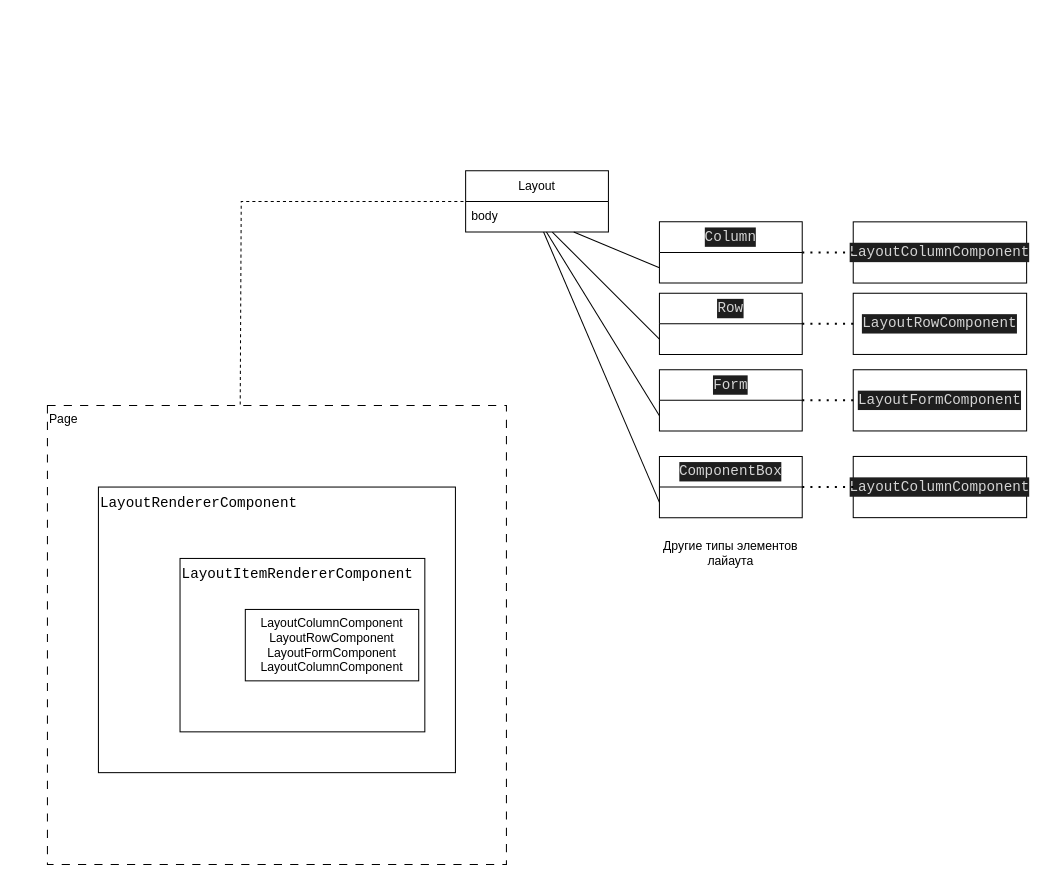
Before: page "Страница 1" (1 of 2) of Диаграмма без названия.drawio in DUNK73/diagrams, a draw.io diagram. Source tidied: cells renumbered, new cells numbered last; positions are measured from the earlier drawing's top-left corner, leaving out a move shared by most shapes. Both pictures are drawn from the tidied source at 102%, with x=0, y=0 at pixel (47, 170).
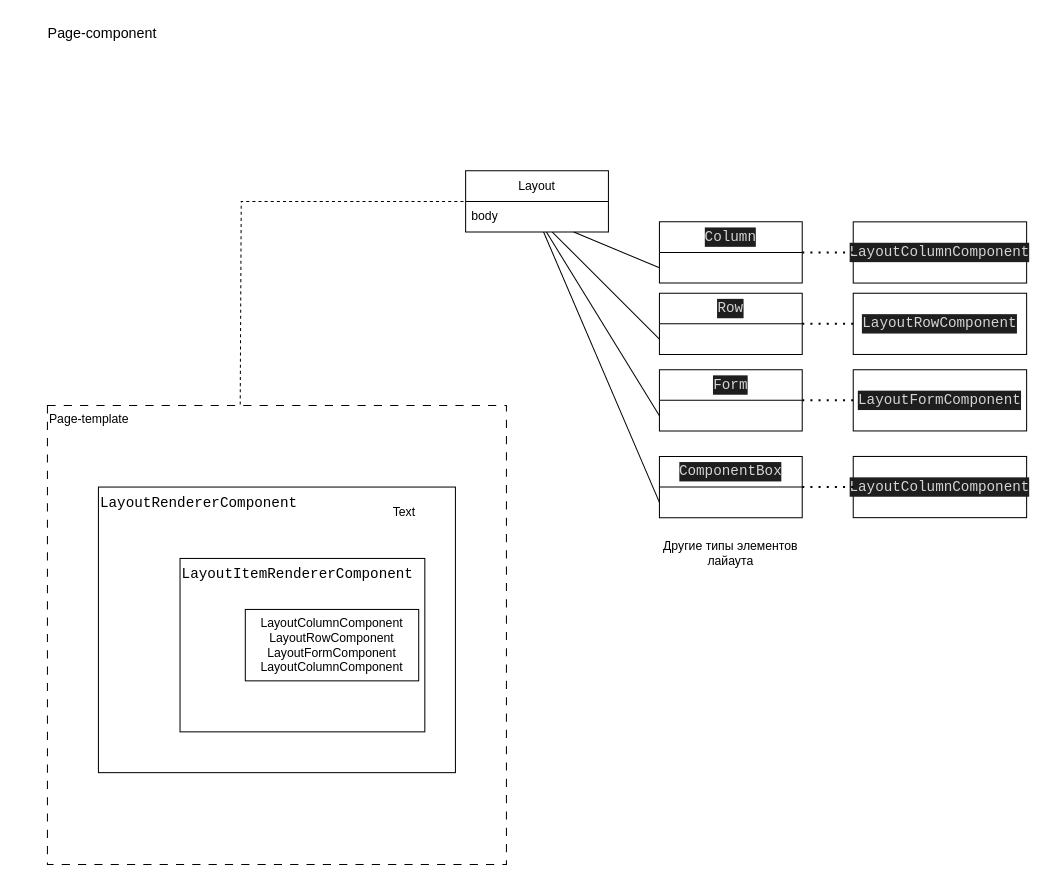
The same page after the edit.

Change to the diagram source:
```diff
@@
-    <mxCell id="2" value="Page" style="whiteSpace=wrap;html=1;dashed=1;dashPattern=8 8;align=left;verticalAlign=top;" parent="1" vertex="1">
+    <mxCell id="2" value="Page-template" style="whiteSpace=wrap;html=1;dashed=1;dashPattern=8 8;align=left;verticalAlign=top;" parent="1" vertex="1">
       <mxGeometry y="230" width="450" height="450" as="geometry" />
     </mxCell>
@@
+    <mxCell id="26" value="Text" style="text;html=1;strokeColor=none;fillColor=none;align=center;verticalAlign=middle;whiteSpace=wrap;rounded=0;" parent="1" vertex="1">
+      <mxGeometry x="320" y="320" width="60" height="30" as="geometry" />
+    </mxCell>
+    <mxCell id="27" value="Page-component" style="text;html=1;strokeColor=none;fillColor=none;align=center;verticalAlign=middle;whiteSpace=wrap;rounded=0;fontSize=14;" parent="1" vertex="1">
+      <mxGeometry x="-29" y="-150" width="166" height="30" as="geometry" />
+    </mxCell>
```
